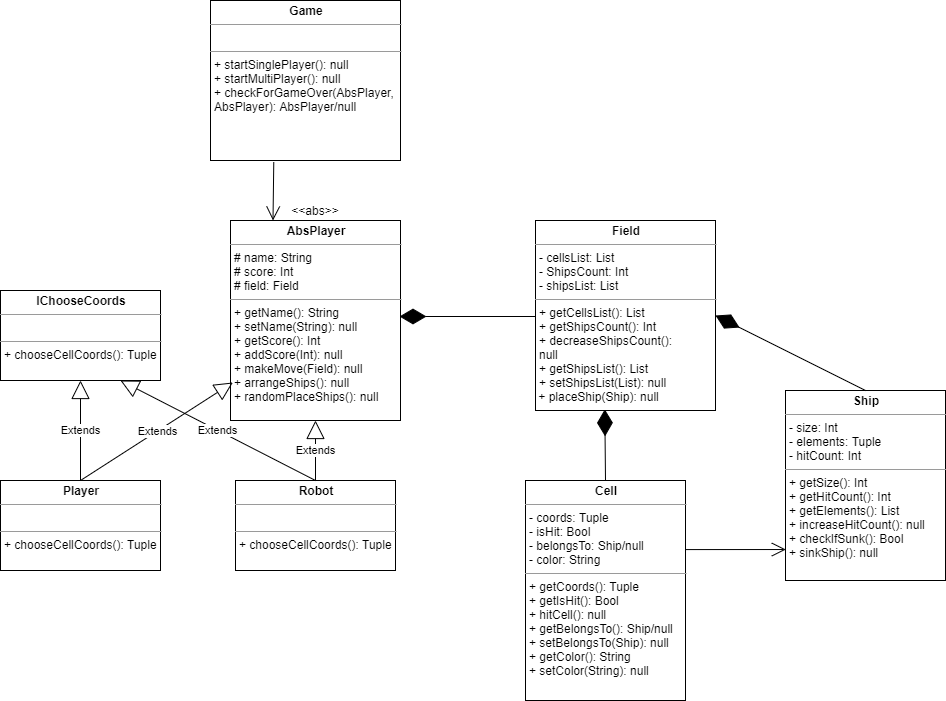
This is uml.png from hlib-yudin/battleship, a draw.io export, as it was before one commit. Source tidied: cells renumbered, new cells last; positions are measured from the earlier drawing's top-left corner, leaving out a move shared by most shapes. Its diagram source:
```xml
<mxGraphModel background="#ffffff">
  <root>
    <mxCell id="0" />
    <mxCell id="1" parent="0" />
    <mxCell id="2" value="&lt;p style=&quot;margin: 0px ; margin-top: 4px ; text-align: center&quot;&gt;&lt;b&gt;Game&lt;/b&gt;&lt;/p&gt;&lt;hr size=&quot;1&quot;&gt;&lt;p style=&quot;margin: 0px ; margin-left: 4px&quot;&gt;&lt;br&gt;&lt;/p&gt;&lt;hr size=&quot;1&quot;&gt;&lt;p style=&quot;margin: 0px ; margin-left: 4px&quot;&gt;+ startSinglePlayer(): null&lt;/p&gt;&lt;p style=&quot;margin: 0px ; margin-left: 4px&quot;&gt;+ startMultiPlayer(): null&lt;/p&gt;&lt;p style=&quot;margin: 0px ; margin-left: 4px&quot;&gt;+ checkForGameOver(AbsPlayer,&amp;nbsp;&lt;/p&gt;&lt;p style=&quot;margin: 0px ; margin-left: 4px&quot;&gt;AbsPlayer): AbsPlayer/null&lt;/p&gt;&lt;p style=&quot;margin: 0px ; margin-left: 4px&quot;&gt;&lt;br&gt;&lt;/p&gt;" style="verticalAlign=top;align=left;overflow=fill;fontSize=12;fontFamily=Helvetica;html=1;" parent="1" vertex="1">
      <mxGeometry x="210" width="190" height="160" as="geometry" />
    </mxCell>
    <mxCell id="3" value="&lt;p style=&quot;margin: 0px ; margin-top: 4px ; text-align: center&quot;&gt;&lt;b&gt;AbsPlayer&lt;/b&gt;&lt;/p&gt;&lt;hr size=&quot;1&quot;&gt;&lt;p style=&quot;margin: 0px ; margin-left: 4px&quot;&gt;# name: String&lt;/p&gt;&lt;p style=&quot;margin: 0px ; margin-left: 4px&quot;&gt;# score: Int&lt;/p&gt;&lt;p style=&quot;margin: 0px ; margin-left: 4px&quot;&gt;# field: Field&lt;/p&gt;&lt;hr size=&quot;1&quot;&gt;&lt;p style=&quot;margin: 0px ; margin-left: 4px&quot;&gt;+ getName(): String&lt;/p&gt;&lt;p style=&quot;margin: 0px ; margin-left: 4px&quot;&gt;+ setName(String): null&lt;/p&gt;&lt;p style=&quot;margin: 0px ; margin-left: 4px&quot;&gt;+ getScore(): Int&lt;/p&gt;&lt;p style=&quot;margin: 0px ; margin-left: 4px&quot;&gt;+ addScore(Int): null&lt;/p&gt;&lt;p style=&quot;margin: 0px ; margin-left: 4px&quot;&gt;+ makeMove(Field): null&lt;/p&gt;&lt;p style=&quot;margin: 0px ; margin-left: 4px&quot;&gt;+ arrangeShips(): null&lt;/p&gt;&lt;p style=&quot;margin: 0px ; margin-left: 4px&quot;&gt;+ randomPlaceShips(): null&lt;/p&gt;" style="verticalAlign=top;align=left;overflow=fill;fontSize=12;fontFamily=Helvetica;html=1;" parent="1" vertex="1">
      <mxGeometry x="230" y="220" width="170" height="200" as="geometry" />
    </mxCell>
    <mxCell id="4" value="&lt;p style=&quot;margin: 0px ; margin-top: 4px ; text-align: center&quot;&gt;&lt;b&gt;IChooseCoords&lt;/b&gt;&lt;/p&gt;&lt;hr size=&quot;1&quot;&gt;&lt;p style=&quot;margin: 0px ; margin-left: 4px&quot;&gt;&lt;br&gt;&lt;/p&gt;&lt;hr size=&quot;1&quot;&gt;&lt;p style=&quot;margin: 0px ; margin-left: 4px&quot;&gt;+ chooseCellCoords(): Tuple&lt;/p&gt;" style="verticalAlign=top;align=left;overflow=fill;fontSize=12;fontFamily=Helvetica;html=1;" parent="1" vertex="1">
      <mxGeometry y="290" width="160" height="90" as="geometry" />
    </mxCell>
    <mxCell id="5" value="&lt;p style=&quot;margin: 0px ; margin-top: 4px ; text-align: center&quot;&gt;&lt;b&gt;Player&lt;/b&gt;&lt;/p&gt;&lt;hr size=&quot;1&quot;&gt;&lt;p style=&quot;margin: 0px ; margin-left: 4px&quot;&gt;&lt;br&gt;&lt;/p&gt;&lt;hr size=&quot;1&quot;&gt;&lt;p style=&quot;margin: 0px ; margin-left: 4px&quot;&gt;+ chooseCellCoords(): Tuple&lt;/p&gt;" style="verticalAlign=top;align=left;overflow=fill;fontSize=12;fontFamily=Helvetica;html=1;" parent="1" vertex="1">
      <mxGeometry y="480" width="160" height="90" as="geometry" />
    </mxCell>
    <mxCell id="6" value="&lt;p style=&quot;margin: 0px ; margin-top: 4px ; text-align: center&quot;&gt;&lt;b&gt;Robot&lt;/b&gt;&lt;/p&gt;&lt;hr size=&quot;1&quot;&gt;&lt;p style=&quot;margin: 0px ; margin-left: 4px&quot;&gt;&lt;br&gt;&lt;/p&gt;&lt;hr size=&quot;1&quot;&gt;&lt;p style=&quot;margin: 0px ; margin-left: 4px&quot;&gt;+ chooseCellCoords(): Tuple&lt;/p&gt;" style="verticalAlign=top;align=left;overflow=fill;fontSize=12;fontFamily=Helvetica;html=1;" parent="1" vertex="1">
      <mxGeometry x="235" y="480" width="160" height="90" as="geometry" />
    </mxCell>
    <mxCell id="7" value="&amp;lt;&amp;lt;abs&amp;gt;&amp;gt;" style="text;html=1;strokeColor=none;fillColor=none;align=center;verticalAlign=middle;whiteSpace=wrap;rounded=0;" parent="1" vertex="1">
      <mxGeometry x="295" y="200" width="40" height="20" as="geometry" />
    </mxCell>
    <mxCell id="8" style="endArrow=open;endFill=1;endSize=12;html=1;entryX=0.25;entryY=0;entryDx=0;entryDy=0;exitX=0.333;exitY=1.011;exitDx=0;exitDy=0;exitPerimeter=0;" parent="1" edge="1" source="2" target="3">
      <mxGeometry relative="1" as="geometry" />
    </mxCell>
    <mxCell id="9" value="&lt;p style=&quot;margin: 0px ; margin-top: 4px ; text-align: center&quot;&gt;&lt;b&gt;Field&lt;/b&gt;&lt;/p&gt;&lt;hr size=&quot;1&quot;&gt;&lt;p style=&quot;margin: 0px ; margin-left: 4px&quot;&gt;- cellsList: List&lt;/p&gt;&lt;p style=&quot;margin: 0px ; margin-left: 4px&quot;&gt;- ShipsCount: Int&lt;/p&gt;&lt;p style=&quot;margin: 0px ; margin-left: 4px&quot;&gt;- shipsList: List&lt;br&gt;&lt;/p&gt;&lt;hr size=&quot;1&quot;&gt;&lt;p style=&quot;margin: 0px ; margin-left: 4px&quot;&gt;+ getCellsList(): List&lt;/p&gt;&lt;p style=&quot;margin: 0px ; margin-left: 4px&quot;&gt;+ getShipsCount(): Int&lt;/p&gt;&lt;p style=&quot;margin: 0px ; margin-left: 4px&quot;&gt;+ decreaseShipsCount():&amp;nbsp;&lt;/p&gt;&lt;p style=&quot;margin: 0px ; margin-left: 4px&quot;&gt;null&lt;/p&gt;&lt;p style=&quot;margin: 0px ; margin-left: 4px&quot;&gt;+ getShipsList(): List&lt;/p&gt;&lt;p style=&quot;margin: 0px ; margin-left: 4px&quot;&gt;+ setShipsList(List): null&lt;/p&gt;&amp;nbsp;+ placeShip(Ship): null&lt;p style=&quot;margin: 0px ; margin-left: 4px&quot;&gt;&amp;nbsp;&lt;/p&gt;&lt;p style=&quot;margin: 0px ; margin-left: 4px&quot;&gt;&lt;br&gt;&lt;/p&gt;&lt;p style=&quot;margin: 0px ; margin-left: 4px&quot;&gt;&lt;br&gt;&lt;/p&gt;" style="verticalAlign=top;align=left;overflow=fill;fontSize=12;fontFamily=Helvetica;html=1;" parent="1" vertex="1">
      <mxGeometry x="535" y="220" width="180" height="190" as="geometry" />
    </mxCell>
    <mxCell id="10" style="endArrow=diamondThin;endFill=1;endSize=24;html=1;exitX=0;exitY=0.5;exitDx=0;exitDy=0;" parent="1" edge="1">
      <mxGeometry relative="1" as="geometry">
        <mxPoint x="535" y="316" as="sourcePoint" />
        <mxPoint x="399" y="316" as="targetPoint" />
      </mxGeometry>
    </mxCell>
    <mxCell id="11" value="&lt;p style=&quot;margin: 0px ; margin-top: 4px ; text-align: center&quot;&gt;&lt;b&gt;Cell&lt;/b&gt;&lt;/p&gt;&lt;hr size=&quot;1&quot;&gt;&lt;p style=&quot;margin: 0px ; margin-left: 4px&quot;&gt;- coords: Tuple&lt;/p&gt;&lt;p style=&quot;margin: 0px ; margin-left: 4px&quot;&gt;- isHit: Bool&lt;/p&gt;&lt;p style=&quot;margin: 0px ; margin-left: 4px&quot;&gt;- belongsTo: Ship/null&lt;/p&gt;&lt;p style=&quot;margin: 0px ; margin-left: 4px&quot;&gt;- color: String&lt;/p&gt;&lt;hr size=&quot;1&quot;&gt;&lt;p style=&quot;margin: 0px ; margin-left: 4px&quot;&gt;+ getCoords(): Tuple&lt;/p&gt;&lt;p style=&quot;margin: 0px ; margin-left: 4px&quot;&gt;+ getIsHit(): Bool&lt;/p&gt;&lt;p style=&quot;margin: 0px ; margin-left: 4px&quot;&gt;+ hitCell(): null&lt;/p&gt;&lt;p style=&quot;margin: 0px ; margin-left: 4px&quot;&gt;+ getBelongsTo(): Ship/null&lt;/p&gt;&lt;p style=&quot;margin: 0px ; margin-left: 4px&quot;&gt;+ setBelongsTo(Ship): null&lt;/p&gt;&lt;p style=&quot;margin: 0px ; margin-left: 4px&quot;&gt;+ getColor(): String&lt;/p&gt;&lt;p style=&quot;margin: 0px ; margin-left: 4px&quot;&gt;+ setColor(String): null&lt;/p&gt;" style="verticalAlign=top;align=left;overflow=fill;fontSize=12;fontFamily=Helvetica;html=1;" parent="1" vertex="1">
      <mxGeometry x="525" y="480" width="160" height="220" as="geometry" />
    </mxCell>
    <mxCell id="12" value="Extends" style="endArrow=block;endSize=16;endFill=0;html=1;exitX=0.5;exitY=0;exitDx=0;exitDy=0;entryX=0.5;entryY=1;entryDx=0;entryDy=0;" parent="1" edge="1" source="5" target="4">
      <mxGeometry relative="1" as="geometry" />
    </mxCell>
    <mxCell id="13" value="Extends" style="endArrow=block;endSize=16;endFill=0;html=1;exitX=0.5;exitY=0;exitDx=0;exitDy=0;entryX=0.014;entryY=0.81;entryDx=0;entryDy=0;entryPerimeter=0;" parent="1" edge="1" source="5" target="3">
      <mxGeometry relative="1" as="geometry" />
    </mxCell>
    <mxCell id="14" value="Extends" style="endArrow=block;endSize=16;endFill=0;html=1;exitX=0.5;exitY=0;exitDx=0;exitDy=0;entryX=0.5;entryY=1;entryDx=0;entryDy=0;" parent="1" edge="1" source="6" target="3">
      <mxGeometry relative="1" as="geometry" />
    </mxCell>
    <mxCell id="15" value="Extends" style="endArrow=block;endSize=16;endFill=0;html=1;exitX=0.5;exitY=0;exitDx=0;exitDy=0;entryX=0.75;entryY=1;entryDx=0;entryDy=0;" parent="1" edge="1" source="6" target="4">
      <mxGeometry relative="1" as="geometry" />
    </mxCell>
    <mxCell id="16" style="endArrow=diamondThin;endFill=1;endSize=24;html=1;exitX=0.5;exitY=0;exitDx=0;exitDy=0;entryX=0.385;entryY=0.994;entryDx=0;entryDy=0;entryPerimeter=0;" parent="1" edge="1" source="11" target="9">
      <mxGeometry relative="1" as="geometry" />
    </mxCell>
    <mxCell id="17" value="&lt;p style=&quot;margin: 0px ; margin-top: 4px ; text-align: center&quot;&gt;&lt;b&gt;Ship&lt;/b&gt;&lt;/p&gt;&lt;hr size=&quot;1&quot;&gt;&lt;p style=&quot;margin: 0px ; margin-left: 4px&quot;&gt;- size: Int&lt;/p&gt;&lt;p style=&quot;margin: 0px ; margin-left: 4px&quot;&gt;- elements: Tuple&lt;/p&gt;&lt;p style=&quot;margin: 0px ; margin-left: 4px&quot;&gt;- hitCount: Int&lt;/p&gt;&lt;hr size=&quot;1&quot;&gt;&lt;p style=&quot;margin: 0px ; margin-left: 4px&quot;&gt;+ getSize(): Int&lt;/p&gt;&lt;p style=&quot;margin: 0px ; margin-left: 4px&quot;&gt;+ getHitCount(): Int&lt;/p&gt;&lt;p style=&quot;margin: 0px ; margin-left: 4px&quot;&gt;+ getElements(): List&lt;/p&gt;&lt;p style=&quot;margin: 0px ; margin-left: 4px&quot;&gt;+ increaseHitCount(): null&lt;/p&gt;&lt;p style=&quot;margin: 0px ; margin-left: 4px&quot;&gt;+ checkIfSunk(): Bool&lt;/p&gt;&lt;p style=&quot;margin: 0px ; margin-left: 4px&quot;&gt;+ sinkShip(): null&lt;/p&gt;&lt;p style=&quot;margin: 0px ; margin-left: 4px&quot;&gt;&lt;br&gt;&lt;/p&gt;" style="verticalAlign=top;align=left;overflow=fill;fontSize=12;fontFamily=Helvetica;html=1;" parent="1" vertex="1">
      <mxGeometry x="785" y="390" width="160" height="190" as="geometry" />
    </mxCell>
    <mxCell id="18" style="endArrow=open;endFill=1;endSize=12;html=1;entryX=0.002;entryY=0.837;entryDx=0;entryDy=0;exitX=1.002;exitY=0.314;exitDx=0;exitDy=0;exitPerimeter=0;entryPerimeter=0;" parent="1" edge="1" source="11" target="17">
      <mxGeometry relative="1" as="geometry" />
    </mxCell>
    <mxCell id="19" style="endArrow=diamondThin;endFill=1;endSize=24;html=1;exitX=0.5;exitY=0;exitDx=0;exitDy=0;entryX=1;entryY=0.5;entryDx=0;entryDy=0;" parent="1" edge="1" source="17" target="9">
      <mxGeometry relative="1" as="geometry" />
    </mxCell>
  </root>
</mxGraphModel>
```
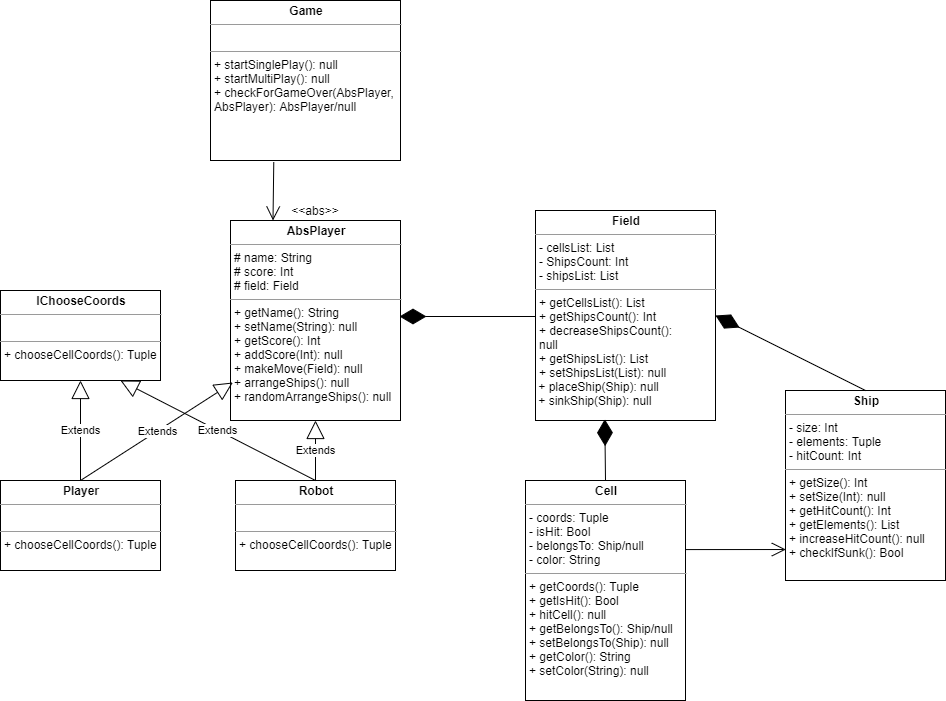
The same diagram one commit later.

What changed in the source:
```diff
@@ -2,10 +2,10 @@
   <root>
     <mxCell id="0" />
     <mxCell id="1" parent="0" />
-    <mxCell id="2" value="&lt;p style=&quot;margin: 0px ; margin-top: 4px ; text-align: center&quot;&gt;&lt;b&gt;Game&lt;/b&gt;&lt;/p&gt;&lt;hr size=&quot;1&quot;&gt;&lt;p style=&quot;margin: 0px ; margin-left: 4px&quot;&gt;&lt;br&gt;&lt;/p&gt;&lt;hr size=&quot;1&quot;&gt;&lt;p style=&quot;margin: 0px ; margin-left: 4px&quot;&gt;+ startSinglePlayer(): null&lt;/p&gt;&lt;p style=&quot;margin: 0px ; margin-left: 4px&quot;&gt;+ startMultiPlayer(): null&lt;/p&gt;&lt;p style=&quot;margin: 0px ; margin-left: 4px&quot;&gt;+ checkForGameOver(AbsPlayer,&amp;nbsp;&lt;/p&gt;&lt;p style=&quot;margin: 0px ; margin-left: 4px&quot;&gt;AbsPlayer): AbsPlayer/null&lt;/p&gt;&lt;p style=&quot;margin: 0px ; margin-left: 4px&quot;&gt;&lt;br&gt;&lt;/p&gt;" style="verticalAlign=top;align=left;overflow=fill;fontSize=12;fontFamily=Helvetica;html=1;" parent="1" vertex="1">
+    <mxCell id="2" value="&lt;p style=&quot;margin: 0px ; margin-top: 4px ; text-align: center&quot;&gt;&lt;b&gt;Game&lt;/b&gt;&lt;/p&gt;&lt;hr size=&quot;1&quot;&gt;&lt;p style=&quot;margin: 0px ; margin-left: 4px&quot;&gt;&lt;br&gt;&lt;/p&gt;&lt;hr size=&quot;1&quot;&gt;&lt;p style=&quot;margin: 0px ; margin-left: 4px&quot;&gt;+ startSinglePlay(): null&lt;/p&gt;&lt;p style=&quot;margin: 0px ; margin-left: 4px&quot;&gt;+ startMultiPlay(): null&lt;/p&gt;&lt;p style=&quot;margin: 0px ; margin-left: 4px&quot;&gt;+ checkForGameOver(AbsPlayer,&amp;nbsp;&lt;/p&gt;&lt;p style=&quot;margin: 0px ; margin-left: 4px&quot;&gt;AbsPlayer): AbsPlayer/null&lt;/p&gt;&lt;p style=&quot;margin: 0px ; margin-left: 4px&quot;&gt;&lt;br&gt;&lt;/p&gt;" style="verticalAlign=top;align=left;overflow=fill;fontSize=12;fontFamily=Helvetica;html=1;" parent="1" vertex="1">
       <mxGeometry x="210" width="190" height="160" as="geometry" />
     </mxCell>
-    <mxCell id="3" value="&lt;p style=&quot;margin: 0px ; margin-top: 4px ; text-align: center&quot;&gt;&lt;b&gt;AbsPlayer&lt;/b&gt;&lt;/p&gt;&lt;hr size=&quot;1&quot;&gt;&lt;p style=&quot;margin: 0px ; margin-left: 4px&quot;&gt;# name: String&lt;/p&gt;&lt;p style=&quot;margin: 0px ; margin-left: 4px&quot;&gt;# score: Int&lt;/p&gt;&lt;p style=&quot;margin: 0px ; margin-left: 4px&quot;&gt;# field: Field&lt;/p&gt;&lt;hr size=&quot;1&quot;&gt;&lt;p style=&quot;margin: 0px ; margin-left: 4px&quot;&gt;+ getName(): String&lt;/p&gt;&lt;p style=&quot;margin: 0px ; margin-left: 4px&quot;&gt;+ setName(String): null&lt;/p&gt;&lt;p style=&quot;margin: 0px ; margin-left: 4px&quot;&gt;+ getScore(): Int&lt;/p&gt;&lt;p style=&quot;margin: 0px ; margin-left: 4px&quot;&gt;+ addScore(Int): null&lt;/p&gt;&lt;p style=&quot;margin: 0px ; margin-left: 4px&quot;&gt;+ makeMove(Field): null&lt;/p&gt;&lt;p style=&quot;margin: 0px ; margin-left: 4px&quot;&gt;+ arrangeShips(): null&lt;/p&gt;&lt;p style=&quot;margin: 0px ; margin-left: 4px&quot;&gt;+ randomPlaceShips(): null&lt;/p&gt;" style="verticalAlign=top;align=left;overflow=fill;fontSize=12;fontFamily=Helvetica;html=1;" parent="1" vertex="1">
+    <mxCell id="3" value="&lt;p style=&quot;margin: 0px ; margin-top: 4px ; text-align: center&quot;&gt;&lt;b&gt;AbsPlayer&lt;/b&gt;&lt;/p&gt;&lt;hr size=&quot;1&quot;&gt;&lt;p style=&quot;margin: 0px ; margin-left: 4px&quot;&gt;# name: String&lt;/p&gt;&lt;p style=&quot;margin: 0px ; margin-left: 4px&quot;&gt;# score: Int&lt;/p&gt;&lt;p style=&quot;margin: 0px ; margin-left: 4px&quot;&gt;# field: Field&lt;/p&gt;&lt;hr size=&quot;1&quot;&gt;&lt;p style=&quot;margin: 0px ; margin-left: 4px&quot;&gt;+ getName(): String&lt;/p&gt;&lt;p style=&quot;margin: 0px ; margin-left: 4px&quot;&gt;+ setName(String): null&lt;/p&gt;&lt;p style=&quot;margin: 0px ; margin-left: 4px&quot;&gt;+ getScore(): Int&lt;/p&gt;&lt;p style=&quot;margin: 0px ; margin-left: 4px&quot;&gt;+ addScore(Int): null&lt;/p&gt;&lt;p style=&quot;margin: 0px ; margin-left: 4px&quot;&gt;+ makeMove(Field): null&lt;/p&gt;&lt;p style=&quot;margin: 0px ; margin-left: 4px&quot;&gt;+ arrangeShips(): null&lt;/p&gt;&lt;p style=&quot;margin: 0px ; margin-left: 4px&quot;&gt;+ randomArrangeShips(): null&lt;/p&gt;" style="verticalAlign=top;align=left;overflow=fill;fontSize=12;fontFamily=Helvetica;html=1;" parent="1" vertex="1">
       <mxGeometry x="230" y="220" width="170" height="200" as="geometry" />
     </mxCell>
     <mxCell id="4" value="&lt;p style=&quot;margin: 0px ; margin-top: 4px ; text-align: center&quot;&gt;&lt;b&gt;IChooseCoords&lt;/b&gt;&lt;/p&gt;&lt;hr size=&quot;1&quot;&gt;&lt;p style=&quot;margin: 0px ; margin-left: 4px&quot;&gt;&lt;br&gt;&lt;/p&gt;&lt;hr size=&quot;1&quot;&gt;&lt;p style=&quot;margin: 0px ; margin-left: 4px&quot;&gt;+ chooseCellCoords(): Tuple&lt;/p&gt;" style="verticalAlign=top;align=left;overflow=fill;fontSize=12;fontFamily=Helvetica;html=1;" parent="1" vertex="1">
@@ -23,8 +23,8 @@
     <mxCell id="8" style="endArrow=open;endFill=1;endSize=12;html=1;entryX=0.25;entryY=0;entryDx=0;entryDy=0;exitX=0.333;exitY=1.011;exitDx=0;exitDy=0;exitPerimeter=0;" parent="1" edge="1" source="2" target="3">
       <mxGeometry relative="1" as="geometry" />
     </mxCell>
-    <mxCell id="9" value="&lt;p style=&quot;margin: 0px ; margin-top: 4px ; text-align: center&quot;&gt;&lt;b&gt;Field&lt;/b&gt;&lt;/p&gt;&lt;hr size=&quot;1&quot;&gt;&lt;p style=&quot;margin: 0px ; margin-left: 4px&quot;&gt;- cellsList: List&lt;/p&gt;&lt;p style=&quot;margin: 0px ; margin-left: 4px&quot;&gt;- ShipsCount: Int&lt;/p&gt;&lt;p style=&quot;margin: 0px ; margin-left: 4px&quot;&gt;- shipsList: List&lt;br&gt;&lt;/p&gt;&lt;hr size=&quot;1&quot;&gt;&lt;p style=&quot;margin: 0px ; margin-left: 4px&quot;&gt;+ getCellsList(): List&lt;/p&gt;&lt;p style=&quot;margin: 0px ; margin-left: 4px&quot;&gt;+ getShipsCount(): Int&lt;/p&gt;&lt;p style=&quot;margin: 0px ; margin-left: 4px&quot;&gt;+ decreaseShipsCount():&amp;nbsp;&lt;/p&gt;&lt;p style=&quot;margin: 0px ; margin-left: 4px&quot;&gt;null&lt;/p&gt;&lt;p style=&quot;margin: 0px ; margin-left: 4px&quot;&gt;+ getShipsList(): List&lt;/p&gt;&lt;p style=&quot;margin: 0px ; margin-left: 4px&quot;&gt;+ setShipsList(List): null&lt;/p&gt;&amp;nbsp;+ placeShip(Ship): null&lt;p style=&quot;margin: 0px ; margin-left: 4px&quot;&gt;&amp;nbsp;&lt;/p&gt;&lt;p style=&quot;margin: 0px ; margin-left: 4px&quot;&gt;&lt;br&gt;&lt;/p&gt;&lt;p style=&quot;margin: 0px ; margin-left: 4px&quot;&gt;&lt;br&gt;&lt;/p&gt;" style="verticalAlign=top;align=left;overflow=fill;fontSize=12;fontFamily=Helvetica;html=1;" parent="1" vertex="1">
-      <mxGeometry x="535" y="220" width="180" height="190" as="geometry" />
+    <mxCell id="9" value="&lt;p style=&quot;margin: 0px ; margin-top: 4px ; text-align: center&quot;&gt;&lt;b&gt;Field&lt;/b&gt;&lt;/p&gt;&lt;hr size=&quot;1&quot;&gt;&lt;p style=&quot;margin: 0px ; margin-left: 4px&quot;&gt;- cellsList: List&lt;/p&gt;&lt;p style=&quot;margin: 0px ; margin-left: 4px&quot;&gt;- ShipsCount: Int&lt;/p&gt;&lt;p style=&quot;margin: 0px ; margin-left: 4px&quot;&gt;- shipsList: List&lt;br&gt;&lt;/p&gt;&lt;hr size=&quot;1&quot;&gt;&lt;p style=&quot;margin: 0px ; margin-left: 4px&quot;&gt;+ getCellsList(): List&lt;/p&gt;&lt;p style=&quot;margin: 0px ; margin-left: 4px&quot;&gt;+ getShipsCount(): Int&lt;/p&gt;&lt;p style=&quot;margin: 0px ; margin-left: 4px&quot;&gt;+ decreaseShipsCount():&amp;nbsp;&lt;/p&gt;&lt;p style=&quot;margin: 0px ; margin-left: 4px&quot;&gt;null&lt;/p&gt;&lt;p style=&quot;margin: 0px ; margin-left: 4px&quot;&gt;+ getShipsList(): List&lt;/p&gt;&lt;p style=&quot;margin: 0px ; margin-left: 4px&quot;&gt;+ setShipsList(List): null&lt;/p&gt;&amp;nbsp;+ placeShip(Ship): null&lt;br&gt;&amp;nbsp;+ sinkShip(Ship): null&lt;br&gt;&lt;p style=&quot;margin: 0px ; margin-left: 4px&quot;&gt;&amp;nbsp;&lt;/p&gt;&lt;p style=&quot;margin: 0px ; margin-left: 4px&quot;&gt;&lt;br&gt;&lt;/p&gt;&lt;p style=&quot;margin: 0px ; margin-left: 4px&quot;&gt;&lt;br&gt;&lt;/p&gt;" style="verticalAlign=top;align=left;overflow=fill;fontSize=12;fontFamily=Helvetica;html=1;" parent="1" vertex="1">
+      <mxGeometry x="535" y="210" width="180" height="210" as="geometry" />
     </mxCell>
     <mxCell id="10" style="endArrow=diamondThin;endFill=1;endSize=24;html=1;exitX=0;exitY=0.5;exitDx=0;exitDy=0;" parent="1" edge="1">
       <mxGeometry relative="1" as="geometry">
@@ -50,7 +50,7 @@
     <mxCell id="16" style="endArrow=diamondThin;endFill=1;endSize=24;html=1;exitX=0.5;exitY=0;exitDx=0;exitDy=0;entryX=0.385;entryY=0.994;entryDx=0;entryDy=0;entryPerimeter=0;" parent="1" edge="1" source="11" target="9">
       <mxGeometry relative="1" as="geometry" />
     </mxCell>
-    <mxCell id="17" value="&lt;p style=&quot;margin: 0px ; margin-top: 4px ; text-align: center&quot;&gt;&lt;b&gt;Ship&lt;/b&gt;&lt;/p&gt;&lt;hr size=&quot;1&quot;&gt;&lt;p style=&quot;margin: 0px ; margin-left: 4px&quot;&gt;- size: Int&lt;/p&gt;&lt;p style=&quot;margin: 0px ; margin-left: 4px&quot;&gt;- elements: Tuple&lt;/p&gt;&lt;p style=&quot;margin: 0px ; margin-left: 4px&quot;&gt;- hitCount: Int&lt;/p&gt;&lt;hr size=&quot;1&quot;&gt;&lt;p style=&quot;margin: 0px ; margin-left: 4px&quot;&gt;+ getSize(): Int&lt;/p&gt;&lt;p style=&quot;margin: 0px ; margin-left: 4px&quot;&gt;+ getHitCount(): Int&lt;/p&gt;&lt;p style=&quot;margin: 0px ; margin-left: 4px&quot;&gt;+ getElements(): List&lt;/p&gt;&lt;p style=&quot;margin: 0px ; margin-left: 4px&quot;&gt;+ increaseHitCount(): null&lt;/p&gt;&lt;p style=&quot;margin: 0px ; margin-left: 4px&quot;&gt;+ checkIfSunk(): Bool&lt;/p&gt;&lt;p style=&quot;margin: 0px ; margin-left: 4px&quot;&gt;+ sinkShip(): null&lt;/p&gt;&lt;p style=&quot;margin: 0px ; margin-left: 4px&quot;&gt;&lt;br&gt;&lt;/p&gt;" style="verticalAlign=top;align=left;overflow=fill;fontSize=12;fontFamily=Helvetica;html=1;" parent="1" vertex="1">
+    <mxCell id="17" value="&lt;p style=&quot;margin: 0px ; margin-top: 4px ; text-align: center&quot;&gt;&lt;b&gt;Ship&lt;/b&gt;&lt;/p&gt;&lt;hr size=&quot;1&quot;&gt;&lt;p style=&quot;margin: 0px ; margin-left: 4px&quot;&gt;- size: Int&lt;/p&gt;&lt;p style=&quot;margin: 0px ; margin-left: 4px&quot;&gt;- elements: Tuple&lt;/p&gt;&lt;p style=&quot;margin: 0px ; margin-left: 4px&quot;&gt;- hitCount: Int&lt;/p&gt;&lt;hr size=&quot;1&quot;&gt;&lt;p style=&quot;margin: 0px ; margin-left: 4px&quot;&gt;+ getSize(): Int&lt;/p&gt;&lt;p style=&quot;margin: 0px ; margin-left: 4px&quot;&gt;+ setSize(Int): null&lt;/p&gt;&lt;p style=&quot;margin: 0px ; margin-left: 4px&quot;&gt;+ getHitCount(): Int&lt;/p&gt;&lt;p style=&quot;margin: 0px ; margin-left: 4px&quot;&gt;+ getElements(): List&lt;/p&gt;&lt;p style=&quot;margin: 0px ; margin-left: 4px&quot;&gt;+ increaseHitCount(): null&lt;/p&gt;&lt;p style=&quot;margin: 0px ; margin-left: 4px&quot;&gt;+ checkIfSunk(): Bool&lt;/p&gt;&lt;p style=&quot;margin: 0px ; margin-left: 4px&quot;&gt;&lt;br&gt;&lt;/p&gt;&lt;p style=&quot;margin: 0px ; margin-left: 4px&quot;&gt;&lt;br&gt;&lt;/p&gt;" style="verticalAlign=top;align=left;overflow=fill;fontSize=12;fontFamily=Helvetica;html=1;" parent="1" vertex="1">
       <mxGeometry x="785" y="390" width="160" height="190" as="geometry" />
     </mxCell>
     <mxCell id="18" style="endArrow=open;endFill=1;endSize=12;html=1;entryX=0.002;entryY=0.837;entryDx=0;entryDy=0;exitX=1.002;exitY=0.314;exitDx=0;exitDy=0;exitPerimeter=0;entryPerimeter=0;" parent="1" edge="1" source="11" target="17">
```
